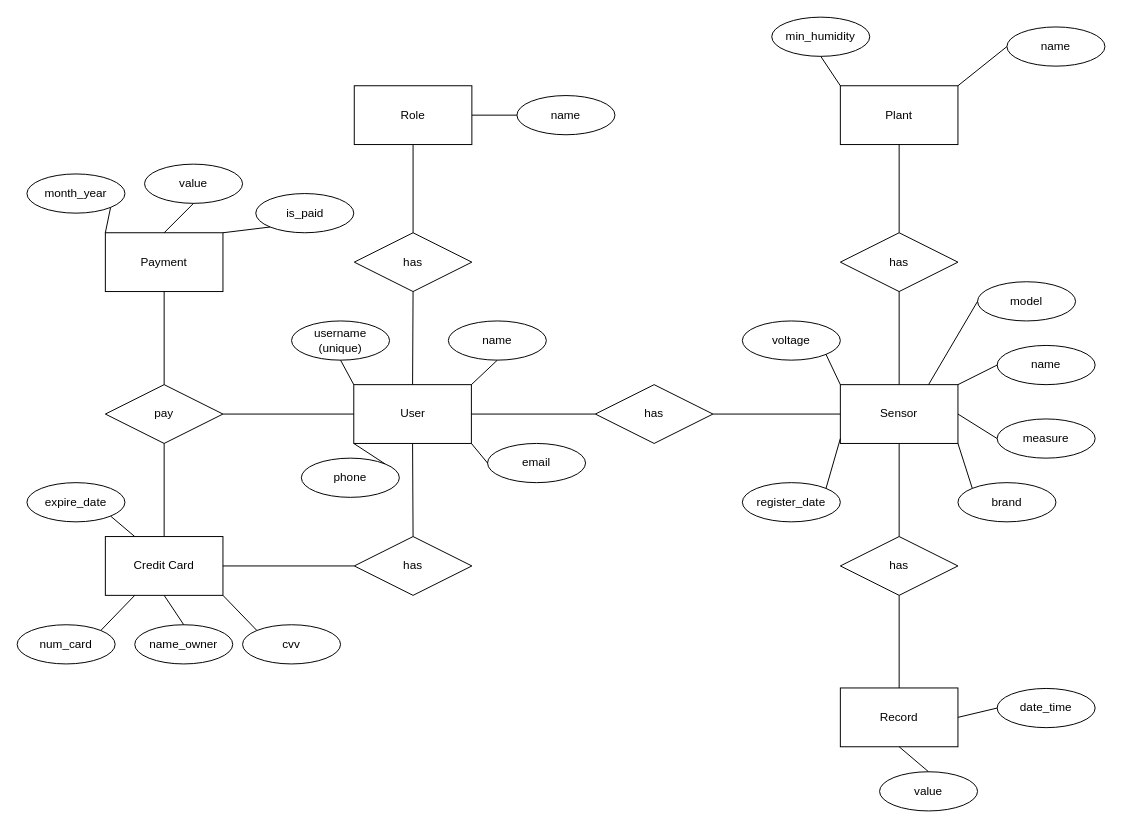
lucas-azdias/PjBL-Experiencia-Criativa keeps this draw.io diagram as models/model_db.drawio. Above is the earlier version. Source tidied: cells renumbered, new cells numbered last; positions are measured from the earlier drawing's top-left corner, leaving out a move shared by most shapes. Both pictures are drawn from the tidied source at 98%, with x=0, y=0 at pixel (17, 17).
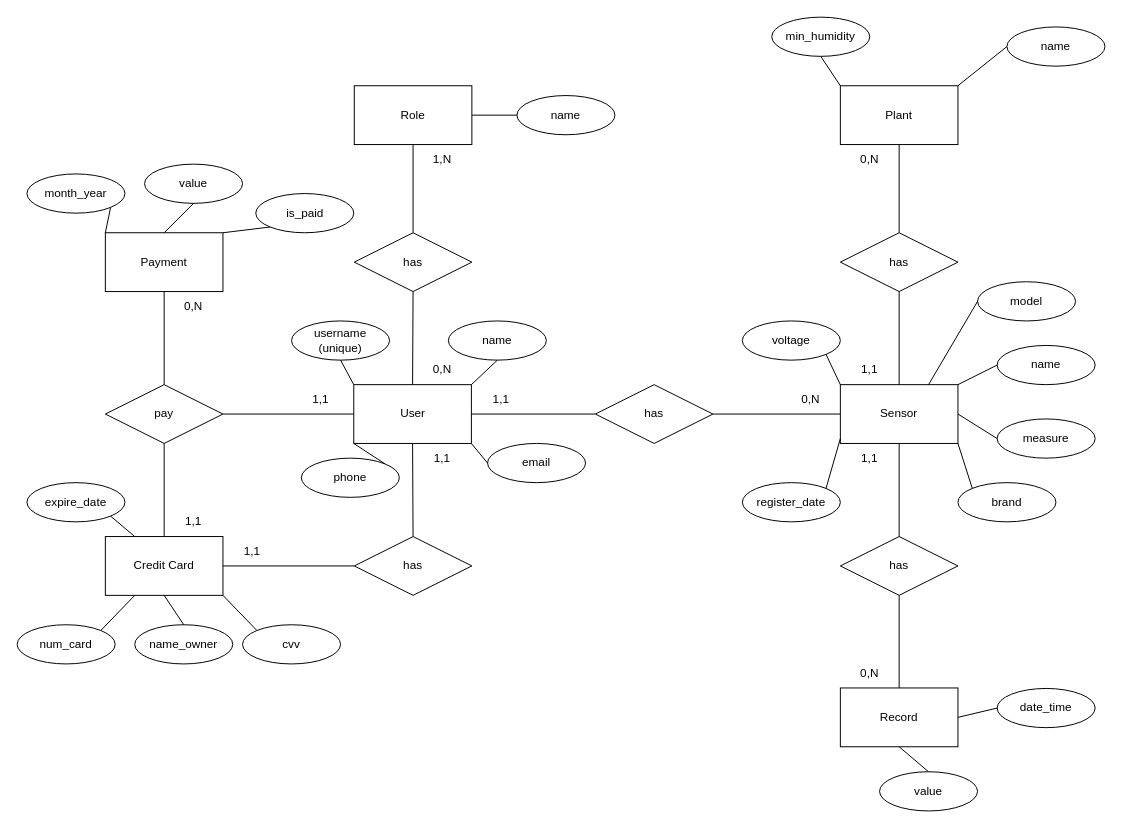
Above is the later version.

Diff of the diagram source:
```diff
@@
+    <mxCell id="72" value="1,1" style="text;html=1;strokeColor=none;fillColor=none;align=center;verticalAlign=middle;whiteSpace=wrap;rounded=0;" parent="1" vertex="1">
+      <mxGeometry x="280" y="375" width="60" height="30" as="geometry" />
+    </mxCell>
+    <mxCell id="73" value="0,N" style="text;html=1;strokeColor=none;fillColor=none;align=center;verticalAlign=middle;whiteSpace=wrap;rounded=0;" parent="1" vertex="1">
+      <mxGeometry x="150" y="280" width="60" height="30" as="geometry" />
+    </mxCell>
+    <mxCell id="74" value="1,1" style="text;html=1;strokeColor=none;fillColor=none;align=center;verticalAlign=middle;whiteSpace=wrap;rounded=0;" parent="1" vertex="1">
+      <mxGeometry x="150" y="500" width="60" height="30" as="geometry" />
+    </mxCell>
+    <mxCell id="75" value="1,1" style="text;html=1;strokeColor=none;fillColor=none;align=center;verticalAlign=middle;whiteSpace=wrap;rounded=0;" parent="1" vertex="1">
+      <mxGeometry x="210" y="530" width="60" height="30" as="geometry" />
+    </mxCell>
+    <mxCell id="76" value="1,1" style="text;html=1;strokeColor=none;fillColor=none;align=center;verticalAlign=middle;whiteSpace=wrap;rounded=0;" parent="1" vertex="1">
+      <mxGeometry x="404" y="435" width="60" height="30" as="geometry" />
+    </mxCell>
+    <mxCell id="77" value="0,N" style="text;html=1;strokeColor=none;fillColor=none;align=center;verticalAlign=middle;whiteSpace=wrap;rounded=0;" parent="1" vertex="1">
+      <mxGeometry x="404" y="345" width="60" height="30" as="geometry" />
+    </mxCell>
+    <mxCell id="78" value="1,N" style="text;html=1;strokeColor=none;fillColor=none;align=center;verticalAlign=middle;whiteSpace=wrap;rounded=0;" parent="1" vertex="1">
+      <mxGeometry x="404" y="130" width="60" height="30" as="geometry" />
+    </mxCell>
+    <mxCell id="79" value="1,1" style="text;html=1;strokeColor=none;fillColor=none;align=center;verticalAlign=middle;whiteSpace=wrap;rounded=0;" parent="1" vertex="1">
+      <mxGeometry x="463.5" y="375" width="60" height="30" as="geometry" />
+    </mxCell>
+    <mxCell id="80" value="0,N" style="text;html=1;strokeColor=none;fillColor=none;align=center;verticalAlign=middle;whiteSpace=wrap;rounded=0;" parent="1" vertex="1">
+      <mxGeometry x="780" y="375" width="60" height="30" as="geometry" />
+    </mxCell>
+    <mxCell id="81" value="1,1" style="text;html=1;strokeColor=none;fillColor=none;align=center;verticalAlign=middle;whiteSpace=wrap;rounded=0;" parent="1" vertex="1">
+      <mxGeometry x="840" y="345" width="60" height="30" as="geometry" />
+    </mxCell>
+    <mxCell id="82" value="0,N" style="text;html=1;strokeColor=none;fillColor=none;align=center;verticalAlign=middle;whiteSpace=wrap;rounded=0;" parent="1" vertex="1">
+      <mxGeometry x="840" y="130" width="60" height="30" as="geometry" />
+    </mxCell>
+    <mxCell id="83" value="1,1" style="text;html=1;strokeColor=none;fillColor=none;align=center;verticalAlign=middle;whiteSpace=wrap;rounded=0;" parent="1" vertex="1">
+      <mxGeometry x="840" y="435" width="60" height="30" as="geometry" />
+    </mxCell>
+    <mxCell id="84" value="0,N" style="text;html=1;strokeColor=none;fillColor=none;align=center;verticalAlign=middle;whiteSpace=wrap;rounded=0;" parent="1" vertex="1">
+      <mxGeometry x="840" y="655" width="60" height="30" as="geometry" />
+    </mxCell>
```
